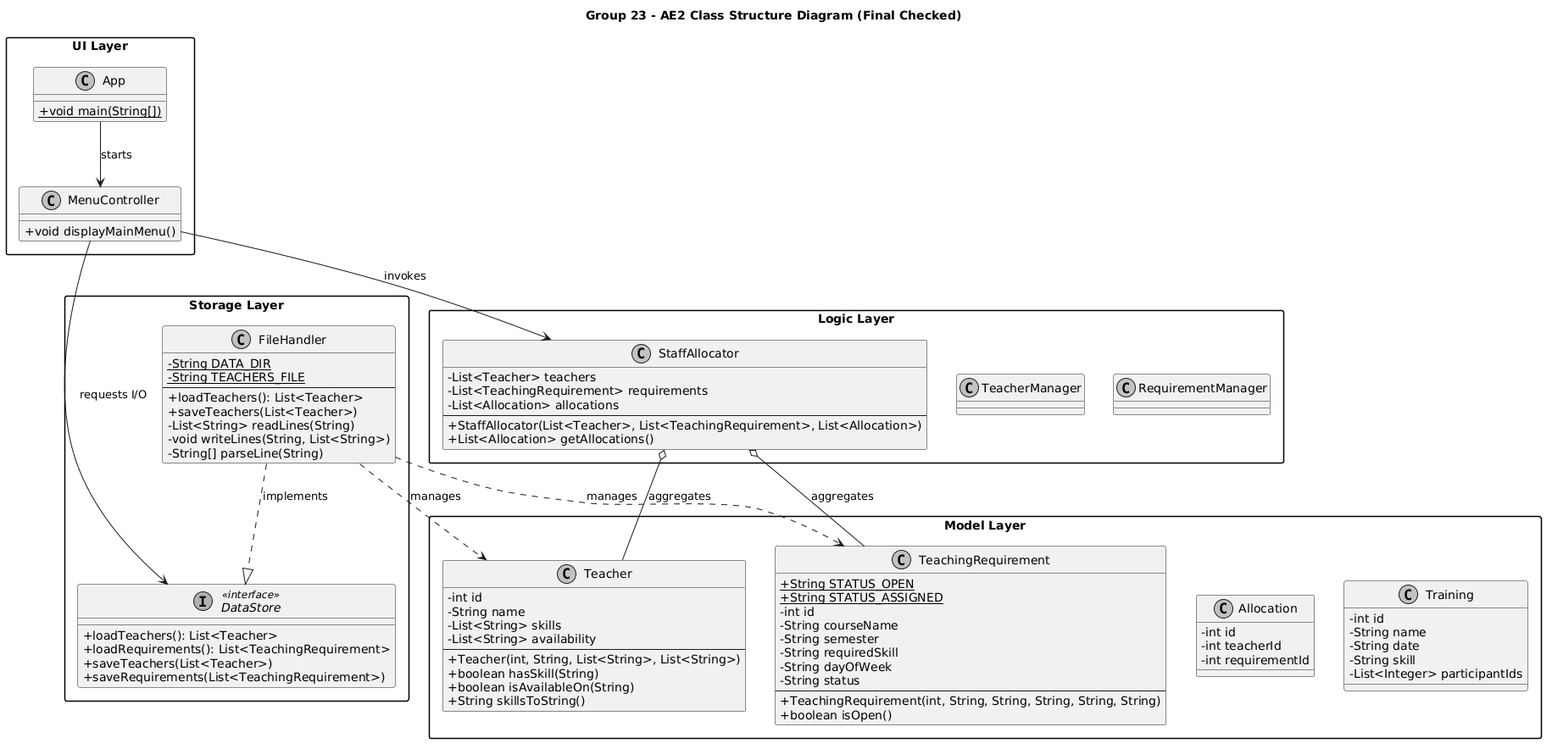
Above: docs/UML_Class_Diagram_Final.png in tobbyue/Group23-AE2 (PlantUML), before the change.
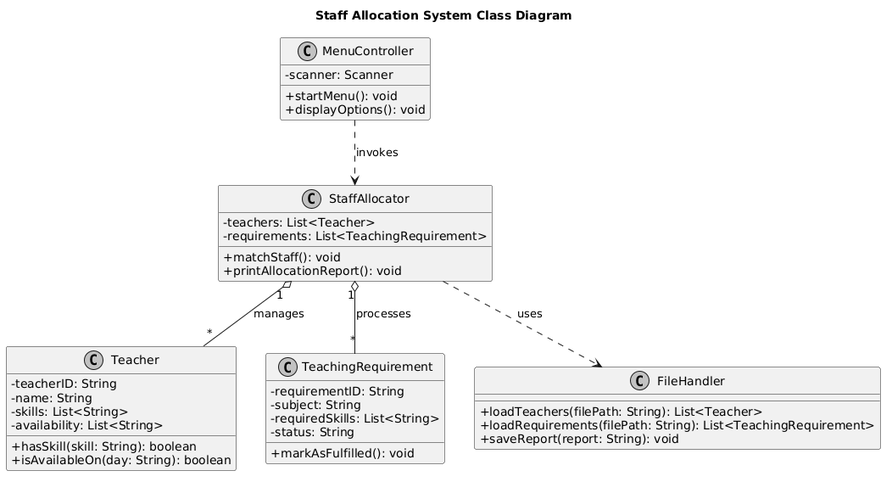
The same diagram one commit later.

Commit message:
Upload design commentary and update project structure

Diff of the diagram source:
```diff
@@ -1,103 +1,48 @@
 @startuml
+title Staff Allocation System Class Diagram
+
 skinparam classAttributeIconSize 0
 skinparam monochrome true
 skinparam shadowing false
-skinparam packageStyle rectangle
 
-title Group 23 - AE2 Class Structure Diagram (Final Checked)
-
-package "Model Layer" {
-    class Teacher {
-        - int id
-        - String name
-        - List<String> skills
-        - List<String> availability
-        --
-        + Teacher(int, String, List<String>, List<String>)
-        + boolean hasSkill(String)
-        + boolean isAvailableOn(String)
-        + String skillsToString()
-    }
-
-    class TeachingRequirement {
-        + {static} String STATUS_OPEN
-        + {static} String STATUS_ASSIGNED
-        - int id
-        - String courseName
-        - String semester
-        - String requiredSkill
-        - String dayOfWeek
-        - String status
-        --
-        + TeachingRequirement(int, String, String, String, String, String)
-        + boolean isOpen()
-    }
-
-    class Allocation {
-        - int id
-        - int teacherId
-        - int requirementId
-    }
-
-    class Training {
-        - int id
-        - String name
-        - String date
-        - String skill
-        - List<Integer> participantIds
-    }
+class Teacher {
+  - teacherID: String
+  - name: String
+  - skills: List<String>
+  - availability: List<String>
+  + hasSkill(skill: String): boolean
+  + isAvailableOn(day: String): boolean
 }
 
-package "Storage Layer" {
-    interface DataStore <<interface>> {
-        + loadTeachers(): List<Teacher>
-        + loadRequirements(): List<TeachingRequirement>
-        + saveTeachers(List<Teacher>)
-        + saveRequirements(List<TeachingRequirement>)
-    }
-
-    class FileHandler {
-        - {static} String DATA_DIR
-        - {static} String TEACHERS_FILE
-        --
-        + loadTeachers(): List<Teacher>
-        + saveTeachers(List<Teacher>)
-        - List<String> readLines(String)
-        - void writeLines(String, List<String>)
-        - String[] parseLine(String)
-    }
+class TeachingRequirement {
+  - requirementID: String
+  - subject: String
+  - requiredSkills: List<String>
+  - status: String
+  + markAsFulfilled(): void
 }
 
-package "Logic Layer" {
-    class StaffAllocator {
-        - List<Teacher> teachers
-        - List<TeachingRequirement> requirements
-        - List<Allocation> allocations
-        --
-        + StaffAllocator(List<Teacher>, List<TeachingRequirement>, List<Allocation>)
-        + List<Allocation> getAllocations()
-    }
-    class TeacherManager
-    class RequirementManager
+class StaffAllocator {
+  - teachers: List<Teacher>
+  - requirements: List<TeachingRequirement>
+  + matchStaff(): void
+  + printAllocationReport(): void
 }
 
-package "UI Layer" {
-    class App {
-        + {static} void main(String[])
-    }
-    class MenuController {
-        + void displayMainMenu()
-    }
+class FileHandler {
+  + loadTeachers(filePath: String): List<Teacher>
+  + loadRequirements(filePath: String): List<TeachingRequirement>
+  + saveReport(report: String): void
 }
 
-FileHandler ..|> DataStore : "implements"
-FileHandler ..> Teacher : "manages"
-FileHandler ..> TeachingRequirement : "manages"
+class MenuController {
+  - scanner: Scanner
+  + startMenu(): void
+  + displayOptions(): void
+}
 
-StaffAllocator o-- Teacher : "aggregates"
-StaffAllocator o-- TeachingRequirement : "aggregates"
-
-MenuController --> StaffAllocator : "invokes"
-MenuController --> DataStore : "requests I/O"
-App --> MenuController : "starts"
+StaffAllocator "1" o-- "*" Teacher : manages
+StaffAllocator "1" o-- "*" TeachingRequirement : processes
+MenuController ..> StaffAllocator : invokes
+StaffAllocator ..> FileHandler : uses
 @enduml
```
